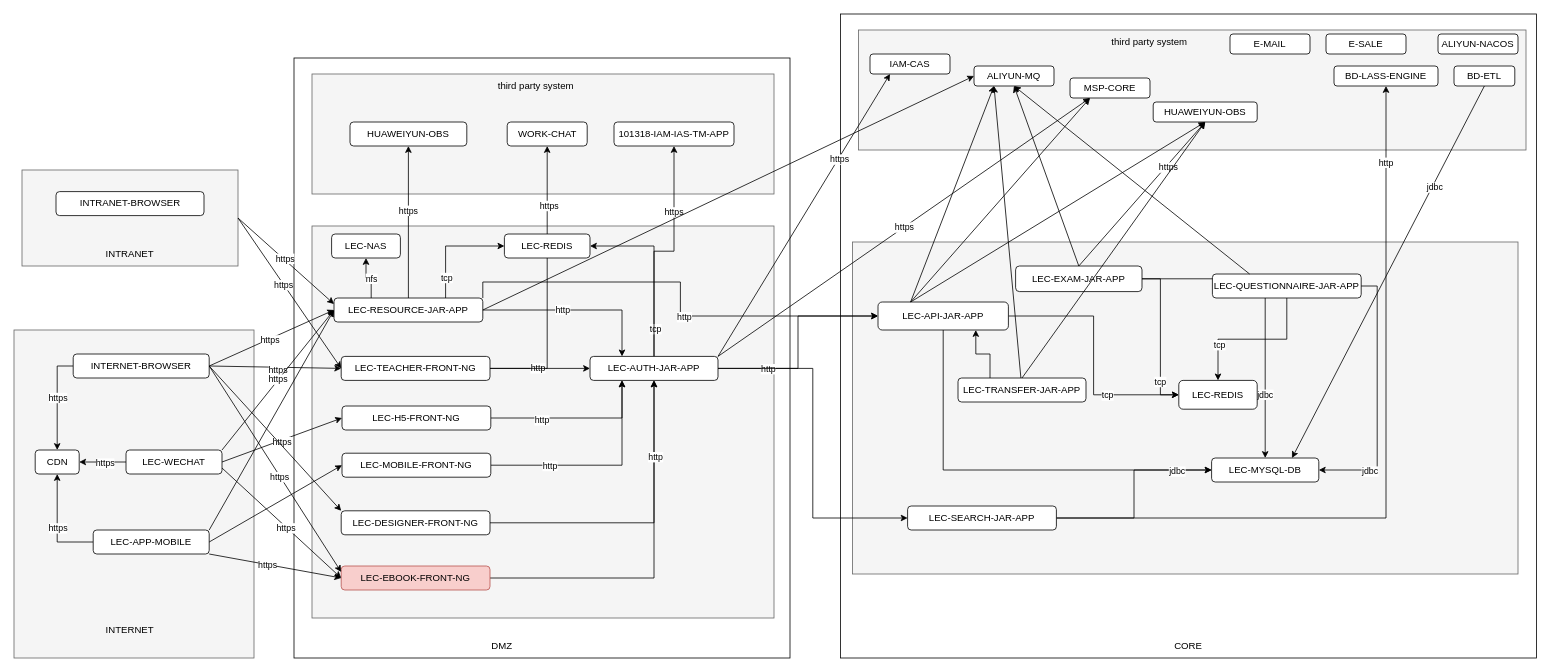
This is 智学365架构图.drawio from rainerpiao/cloud-computing, a draw.io file, before an edit. Source tidied: cells renumbered, new cells numbered last; positions are measured from the earlier drawing's top-left corner, leaving out a move shared by most shapes. Both pictures are drawn from the tidied source at 80%, with x=0, y=0 at pixel (14, 14).
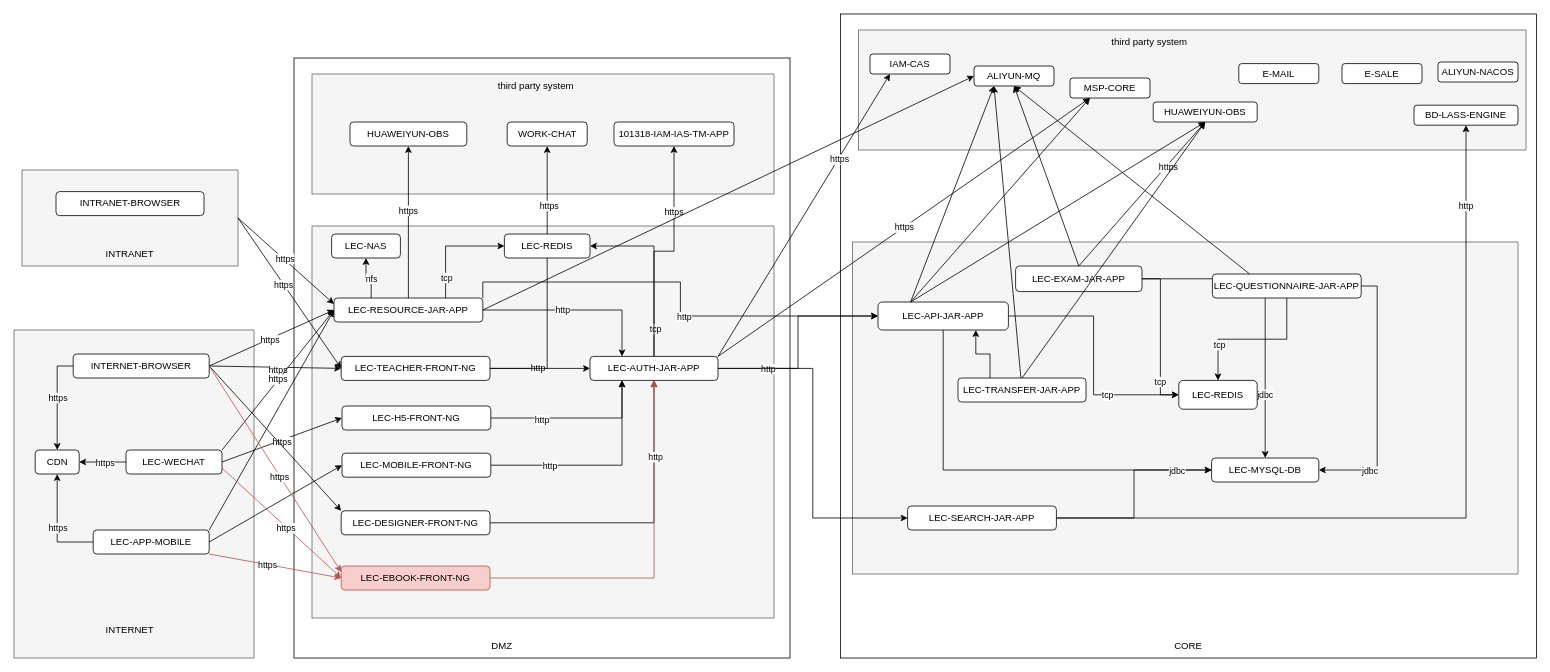
The same diagram, later.

Commit message:
更新智学365架构图.drawio

The change refers to these unchanged cells:
```xml
<mxCell id="10" value="&lt;span style=&quot;text-align: left;&quot;&gt;INTERNET-BROWSER&lt;/span&gt;" style="rounded=1;whiteSpace=wrap;html=1;" parent="1" vertex="1">
  <mxGeometry x="74" y="425" width="170" height="30" as="geometry" />
</mxCell>
<mxCell id="14" value="&lt;div style=&quot;text-align: left;&quot;&gt;&lt;span style=&quot;background-color: initial;&quot;&gt;LEC-APP-MOBILE&lt;/span&gt;&lt;/div&gt;" style="rounded=1;whiteSpace=wrap;html=1;" parent="1" vertex="1">
  <mxGeometry x="99" y="645" width="145" height="30" as="geometry" />
</mxCell>
<mxCell id="36" value="LEC-AUTH-JAR-APP" style="rounded=1;whiteSpace=wrap;html=1;" parent="1" vertex="1">
  <mxGeometry x="720" y="428" width="160" height="30" as="geometry" />
</mxCell>
<mxCell id="50" value="LEC-MYSQL-DB" style="rounded=1;whiteSpace=wrap;html=1;" parent="1" vertex="1">
  <mxGeometry x="1497" y="555" width="134" height="30" as="geometry" />
</mxCell>
<mxCell id="60" value="LEC-EBOOK-FRONT-NG" style="rounded=1;whiteSpace=wrap;html=1;fillColor=#f8cecc;strokeColor=#b85450;" parent="1" vertex="1">
  <mxGeometry x="409" y="690" width="186" height="30" as="geometry" />
</mxCell>
<mxCell id="69" value="&lt;div style=&quot;text-align: left;&quot;&gt;&lt;span style=&quot;background-color: initial;&quot;&gt;LEC-WECHAT&lt;/span&gt;&lt;/div&gt;" style="rounded=1;whiteSpace=wrap;html=1;" parent="1" vertex="1">
  <mxGeometry x="140" y="545" width="120" height="30" as="geometry" />
</mxCell>
```

Diff of the diagram source:
```diff
@@
-    <mxCell id="58" style="edgeStyle=orthogonalEdgeStyle;rounded=0;jettySize=auto;html=1;entryX=0.5;entryY=1;entryDx=0;entryDy=0;" parent="1" edge="1" source="60" target="36">
+    <mxCell id="58" style="edgeStyle=orthogonalEdgeStyle;rounded=0;jettySize=auto;html=1;entryX=0.5;entryY=1;entryDx=0;entryDy=0;fillColor=#f8cecc;strokeColor=#b85450;" parent="1" edge="1" source="60" target="36">
       <mxGeometry relative="1" as="geometry" />
     </mxCell>
@@
-    <mxCell id="66" value="BD-ETL" style="rounded=1;whiteSpace=wrap;html=1;" parent="1" vertex="1">
-      <mxGeometry x="1800" y="65" width="76" height="25" as="geometry" />
-    </mxCell>
@@
-    <mxCell id="83" style="endArrow=classic;html=1;rounded=0;exitX=1;exitY=0.5;exitDx=0;exitDy=0;entryX=0;entryY=0.25;entryDx=0;entryDy=0;" parent="1" edge="1" source="10" target="60">
+    <mxCell id="83" style="endArrow=classic;html=1;rounded=0;exitX=1;exitY=0.5;exitDx=0;exitDy=0;entryX=0;entryY=0.25;entryDx=0;entryDy=0;fillColor=#f8cecc;strokeColor=#b85450;" parent="1" edge="1" source="10" target="60">
       <mxGeometry relative="1" as="geometry" />
     </mxCell>
@@
-    <mxCell id="85" style="endArrow=classic;html=1;rounded=0;exitX=1;exitY=0.75;exitDx=0;exitDy=0;entryX=0;entryY=0.5;entryDx=0;entryDy=0;" parent="1" edge="1" source="69" target="60">
+    <mxCell id="85" style="endArrow=classic;html=1;rounded=0;exitX=1;exitY=0.75;exitDx=0;exitDy=0;entryX=0;entryY=0.5;entryDx=0;entryDy=0;fillColor=#f8cecc;strokeColor=#b85450;" parent="1" edge="1" source="69" target="60">
       <mxGeometry relative="1" as="geometry" />
     </mxCell>
@@
-    <mxCell id="87" style="endArrow=classic;html=1;rounded=0;exitX=1;exitY=1;exitDx=0;exitDy=0;entryX=0;entryY=0.5;entryDx=0;entryDy=0;" parent="1" edge="1" source="14" target="60">
+    <mxCell id="87" style="endArrow=classic;html=1;rounded=0;exitX=1;exitY=1;exitDx=0;exitDy=0;entryX=0;entryY=0.5;entryDx=0;entryDy=0;fillColor=#f8cecc;strokeColor=#b85450;" parent="1" edge="1" source="14" target="60">
       <mxGeometry relative="1" as="geometry" />
     </mxCell>
@@
     <mxCell id="111" value="ALIYUN-NACOS" style="rounded=1;whiteSpace=wrap;html=1;" parent="1" vertex="1">
-      <mxGeometry x="1780" y="25" width="100" height="25" as="geometry" />
+      <mxGeometry x="1780" y="60" width="100" height="25" as="geometry" />
     </mxCell>
     <mxCell id="112" value="E-MAIL" style="rounded=1;whiteSpace=wrap;html=1;" parent="1" vertex="1">
-      <mxGeometry x="1520" y="25" width="100" height="25" as="geometry" />
+      <mxGeometry x="1531" y="62" width="100" height="25" as="geometry" />
     </mxCell>
@@
     <mxCell id="116" value="E-SALE" style="rounded=1;whiteSpace=wrap;html=1;" parent="1" vertex="1">
-      <mxGeometry x="1640" y="25" width="100" height="25" as="geometry" />
+      <mxGeometry x="1660" y="62" width="100" height="25" as="geometry" />
     </mxCell>
@@
     <mxCell id="121" value="BD-LASS-ENGINE" style="rounded=1;whiteSpace=wrap;html=1;" parent="1" vertex="1">
-      <mxGeometry x="1650" y="65" width="130" height="25" as="geometry" />
+      <mxGeometry x="1750" y="114" width="130" height="25" as="geometry" />
     </mxCell>
-    <mxCell id="122" style="endArrow=classic;html=1;rounded=0;entryX=0.75;entryY=0;entryDx=0;entryDy=0;exitX=0.5;exitY=1;exitDx=0;exitDy=0;" parent="1" edge="1" source="66" target="50">
-      <mxGeometry relative="1" as="geometry" />
-    </mxCell>
-    <mxCell id="123" value="jdbc" style="edgeLabel;html=1;align=center;verticalAlign=middle;" parent="122" vertex="1">
-      <mxGeometry x="-0.5" relative="1" as="geometry">
-        <mxPoint x="-2" y="10" as="offset" />
-      </mxGeometry>
-    </mxCell>
```
